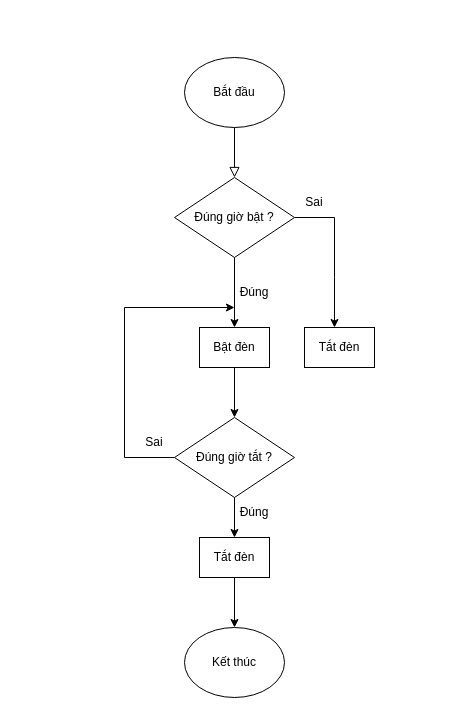
The draw.io diagram bật_đèn_trang_trại.drawio in imvietp/Final_Thesis, before the edit. Source tidied: cells renumbered, new cells numbered last; positions are measured from the earlier drawing's top-left corner, leaving out a move shared by most shapes. Both pictures are drawn from the tidied source at 100%, with x=0, y=0 at pixel (124, 57).
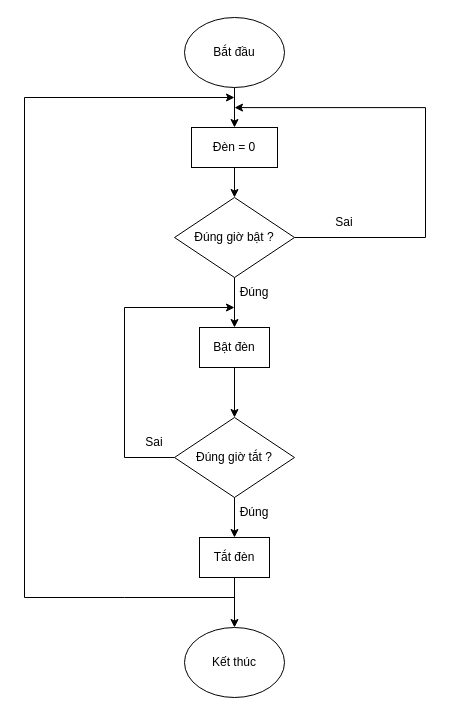
The same diagram, later.

Change to the diagram source:
```diff
@@
-    <mxCell id="2" style="rounded=0;html=1;jettySize=auto;orthogonalLoop=1;fontSize=11;endArrow=block;endFill=0;endSize=8;strokeWidth=1;shadow=0;labelBackgroundColor=none;edgeStyle=orthogonalEdgeStyle;" parent="1" edge="1">
-      <mxGeometry relative="1" as="geometry">
-        <mxPoint x="110" y="70" as="sourcePoint" />
-        <mxPoint x="110" y="120" as="targetPoint" />
-      </mxGeometry>
-    </mxCell>
+    <mxCell id="20" style="edgeStyle=orthogonalEdgeStyle;rounded=0;jettySize=auto;html=1;" parent="1" edge="1" source="3" target="23">
+      <mxGeometry relative="1" as="geometry" />
+    </mxCell>
     <mxCell id="3" value="Bắt đầu" style="ellipse;whiteSpace=wrap;html=1;" parent="1" vertex="1">
-      <mxGeometry x="60" width="100" height="70" as="geometry" />
+      <mxGeometry x="60" y="-40" width="100" height="70" as="geometry" />
     </mxCell>
+    <mxCell id="21" style="edgeStyle=orthogonalEdgeStyle;rounded=0;jettySize=auto;html=1;exitX=1;exitY=0.5;exitDx=0;exitDy=0;" parent="1" edge="1" source="4">
+      <mxGeometry relative="1" as="geometry">
+        <mxPoint x="110" y="50.1" as="targetPoint" />
+        <Array as="points">
+          <mxPoint x="301" y="180" />
+          <mxPoint x="301" y="50" />
+        </Array>
+      </mxGeometry>
+    </mxCell>
     <mxCell id="4" value="Đúng giờ bật ?" style="rhombus;whiteSpace=wrap;html=1;" parent="1" vertex="1">
-      <mxGeometry x="50" y="120" width="120" height="80" as="geometry" />
+      <mxGeometry x="50" y="140" width="120" height="80" as="geometry" />
     </mxCell>
@@
-    <mxCell id="7" style="endArrow=classic;html=1;rounded=0;exitX=1;exitY=0.5;exitDx=0;exitDy=0;" parent="1" edge="1" source="4">
-      <mxGeometry relative="1" as="geometry">
-        <mxPoint x="210" y="270" as="targetPoint" />
-        <Array as="points">
-          <mxPoint x="210" y="160" />
-          <mxPoint x="210" y="220" />
-        </Array>
-      </mxGeometry>
-    </mxCell>
     <mxCell id="8" value="Sai" style="text;html=1;align=center;verticalAlign=middle;whiteSpace=wrap;rounded=0;" parent="1" vertex="1">
-      <mxGeometry x="160" y="130" width="60" height="30" as="geometry" />
+      <mxGeometry x="190" y="150" width="60" height="30" as="geometry" />
     </mxCell>
@@
-    <mxCell id="10" value="Tắt đèn" style="rounded=0;whiteSpace=wrap;html=1;" parent="1" vertex="1">
-      <mxGeometry x="180" y="270" width="70" height="40" as="geometry" />
-    </mxCell>
@@
+    <mxCell id="22" style="edgeStyle=orthogonalEdgeStyle;rounded=0;jettySize=auto;html=1;exitX=0.5;exitY=1;exitDx=0;exitDy=0;entryX=0.5;entryY=0;entryDx=0;entryDy=0;" parent="1" edge="1" source="23" target="4">
+      <mxGeometry relative="1" as="geometry" />
+    </mxCell>
+    <mxCell id="23" value="Đèn = 0" style="rounded=0;whiteSpace=wrap;html=1;" parent="1" vertex="1">
+      <mxGeometry x="67" y="70" width="86" height="40" as="geometry" />
+    </mxCell>
+    <mxCell id="24" style="endArrow=classic;html=1;rounded=0;" parent="1" edge="1">
+      <mxGeometry relative="1" as="geometry">
+        <mxPoint x="110" y="540" as="sourcePoint" />
+        <mxPoint x="110" y="40" as="targetPoint" />
+        <Array as="points">
+          <mxPoint y="540" />
+          <mxPoint x="-100" y="540" />
+          <mxPoint x="-100" y="40" />
+        </Array>
+      </mxGeometry>
+    </mxCell>
```
